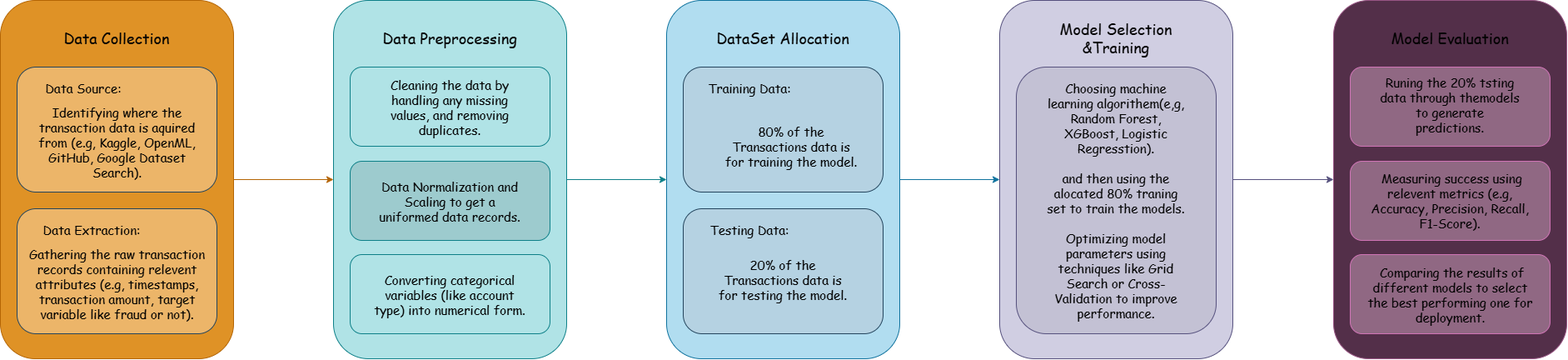
This is methodology diagram .png from HawraAlmadeh/ARTI308-Lab2, a draw.io export, as it was before one commit. Source tidied: cells renumbered, new cells last; positions are measured from the earlier drawing's top-left corner, leaving out a move shared by most shapes.
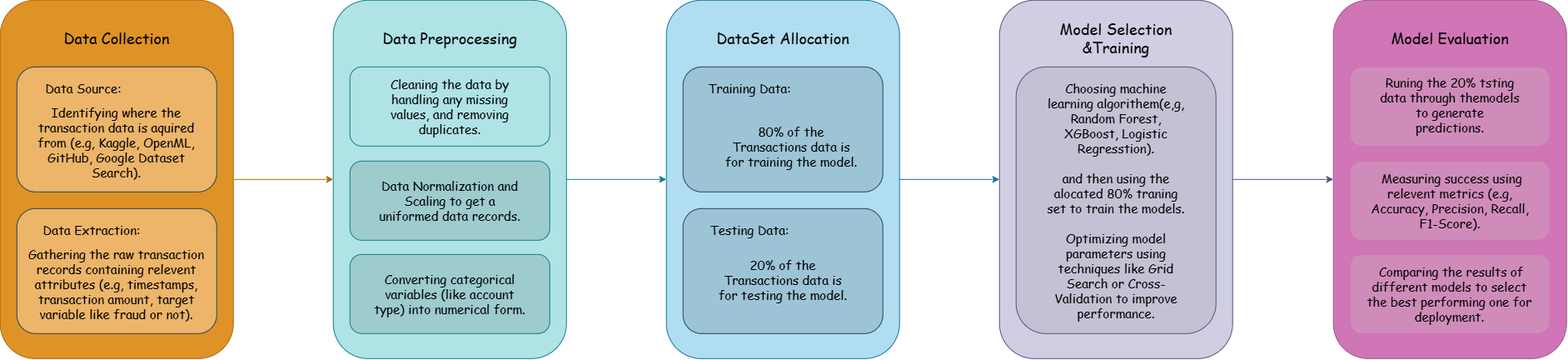
The same diagram one commit later.

What changed in the source:
```diff
@@ -20,10 +20,10 @@
     <mxCell id="7" style="rounded=1;whiteSpace=wrap;html=1;fillColor=#d0cee2;strokeColor=#56517e;" parent="1" vertex="1">
       <mxGeometry x="1200" width="280" height="430" as="geometry" />
     </mxCell>
-    <mxCell id="8" style="rounded=1;whiteSpace=wrap;html=1;fillColor=light-dark(#BAC8D3,#85A4BE);strokeColor=#23445d;gradientColor=none;fillStyle=solid;fillOpacity=50;" parent="1" vertex="1">
+    <mxCell id="8" style="rounded=1;whiteSpace=wrap;html=1;fillColor=light-dark(#89ACBA,#85A4BE);strokeColor=#23445d;gradientColor=none;fillStyle=solid;fillOpacity=50;" parent="1" vertex="1">
       <mxGeometry x="820" y="80" width="240" height="150" as="geometry" />
     </mxCell>
-    <mxCell id="9" style="rounded=1;whiteSpace=wrap;html=1;fillColor=light-dark(#BAC8D3,#85A4BE);strokeColor=#23445d;gradientColor=none;fillStyle=solid;fillOpacity=50;" parent="1" vertex="1">
+    <mxCell id="9" style="rounded=1;whiteSpace=wrap;html=1;fillColor=light-dark(#89ACBA,#85A4BE);strokeColor=#23445d;gradientColor=none;fillStyle=solid;fillOpacity=50;" parent="1" vertex="1">
       <mxGeometry x="820" y="250" width="240" height="150" as="geometry" />
     </mxCell>
     <mxCell id="10" value="DataSet Allocation" style="text;html=1;whiteSpace=wrap;strokeColor=none;fillColor=none;align=center;verticalAlign=middle;rounded=0;fontSize=18;fontFamily=Comic Sans MS;" parent="1" vertex="1">
@@ -47,13 +47,13 @@
     <mxCell id="16" style="rounded=1;whiteSpace=wrap;html=1;fillColor=light-dark(#B0E3E6,#89B3B5);strokeColor=#0e8088;fillStyle=solid;fillOpacity=50;gradientColor=none;" parent="1" vertex="1">
       <mxGeometry x="420" y="80" width="240" height="95" as="geometry" />
     </mxCell>
-    <mxCell id="17" style="rounded=1;whiteSpace=wrap;html=1;fillColor=light-dark(#532F49,#532F49);strokeColor=light-dark(#985584,#CF74B5);" parent="1" vertex="1">
+    <mxCell id="17" style="rounded=1;whiteSpace=wrap;html=1;fillColor=light-dark(#D076B7,#532F49);strokeColor=light-dark(#985584,#CF74B5);" parent="1" vertex="1">
       <mxGeometry x="1601" width="280" height="430" as="geometry" />
     </mxCell>
     <mxCell id="18" style="rounded=1;whiteSpace=wrap;html=1;fillColor=light-dark(#89B3B5,#89B3B5);strokeColor=#0e8088;fillStyle=solid;fillOpacity=50;gradientColor=none;" parent="1" vertex="1">
       <mxGeometry x="420" y="193" width="240" height="95" as="geometry" />
     </mxCell>
-    <mxCell id="19" style="rounded=1;whiteSpace=wrap;html=1;fillColor=light-dark(#B0E3E6,#89B3B5);strokeColor=#0e8088;fillStyle=solid;fillOpacity=50;gradientColor=none;" parent="1" vertex="1">
+    <mxCell id="19" style="rounded=1;whiteSpace=wrap;html=1;fillColor=light-dark(#89B3B5,#89B3B5);strokeColor=#0e8088;fillStyle=solid;fillOpacity=50;gradientColor=none;" parent="1" vertex="1">
       <mxGeometry x="420" y="305" width="240" height="95" as="geometry" />
     </mxCell>
     <mxCell id="20" style="edgeStyle=orthogonalEdgeStyle;rounded=0;jettySize=auto;html=1;entryX=0;entryY=0.5;entryDx=0;entryDy=0;fillColor=#fad7ac;strokeColor=#b46504;" parent="1" edge="1" source="21" target="5">
```
